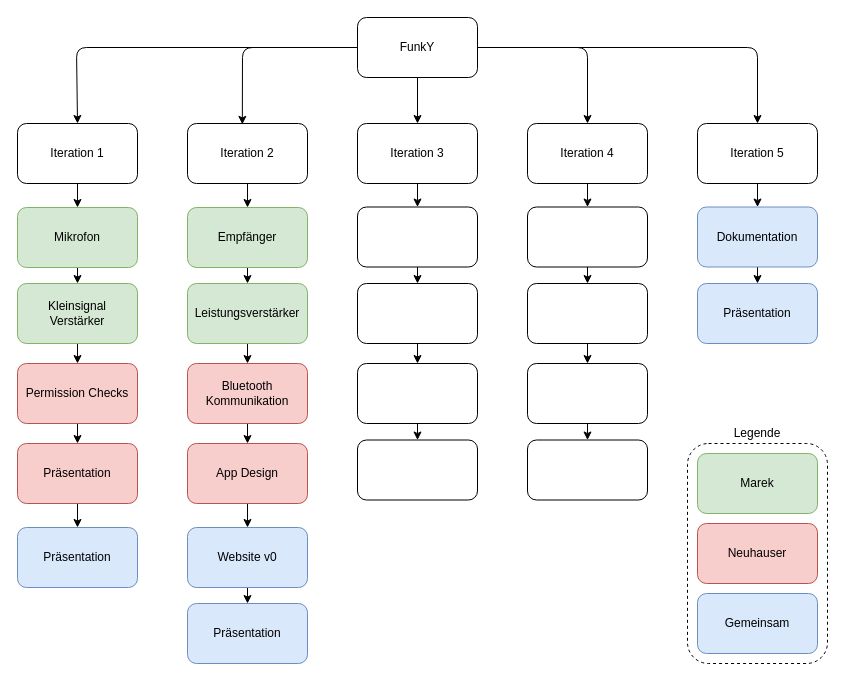
Marek128b/HAM-Radio-transceiver-DA keeps this draw.io diagram as doc/projectstructureplan.drawio. Above is the earlier version. Source tidied: cells renumbered, new cells numbered last; positions are measured from the earlier drawing's top-left corner, leaving out a move shared by most shapes. Both pictures are drawn from the tidied source at 100%, with x=0, y=0 at pixel (17, 17).
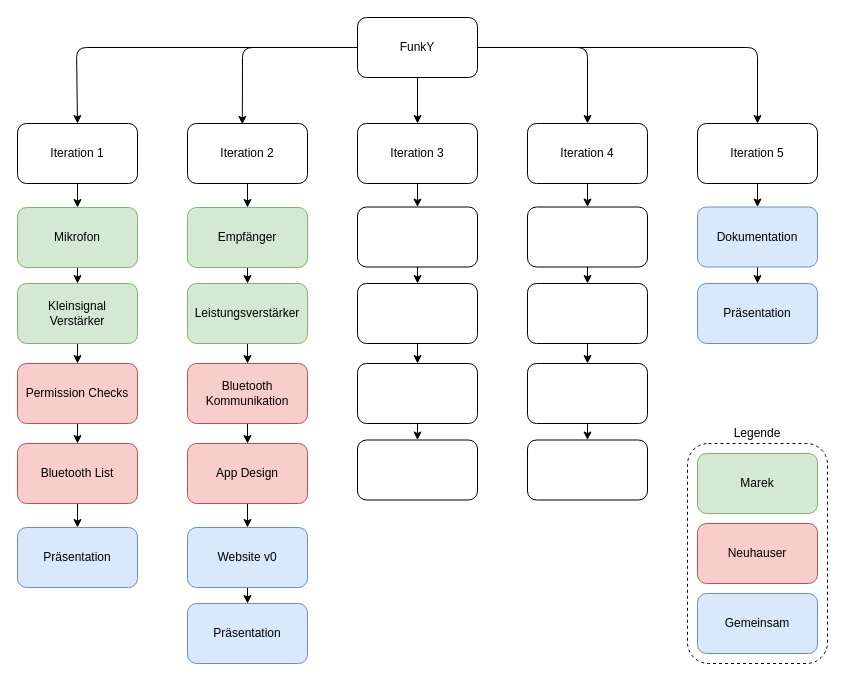
Above is the later version.

Diff of the diagram source:
```diff
@@
-    <mxCell id="25" value="Präsentation" style="rounded=1;whiteSpace=wrap;html=1;fillColor=#f8cecc;strokeColor=#b85450;" parent="1" vertex="1">
+    <mxCell id="25" value="Bluetooth List" style="rounded=1;whiteSpace=wrap;html=1;fillColor=#f8cecc;strokeColor=#b85450;" parent="1" vertex="1">
       <mxGeometry y="426" width="120" height="60" as="geometry" />
     </mxCell>
```
